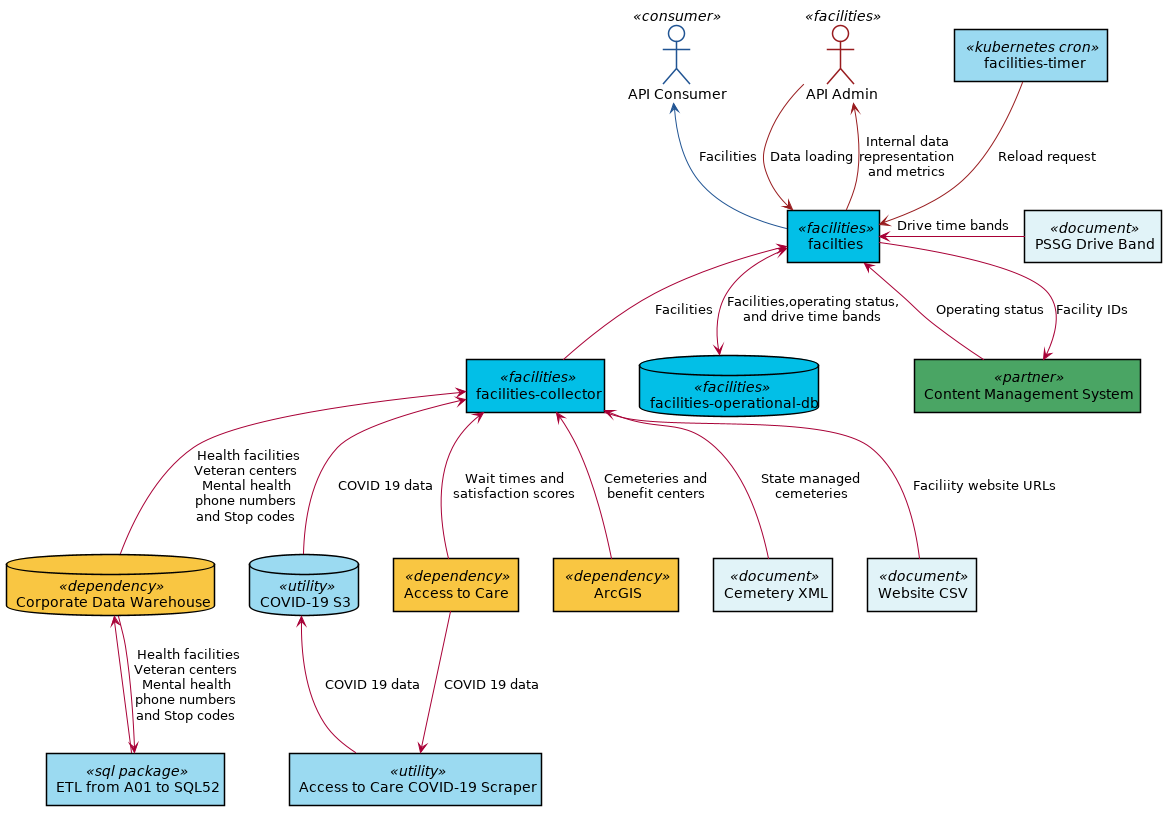
Above: src/plantuml/data-flow.png in swirtSJW/lighthouse-facilities (PlantUML), before the change.
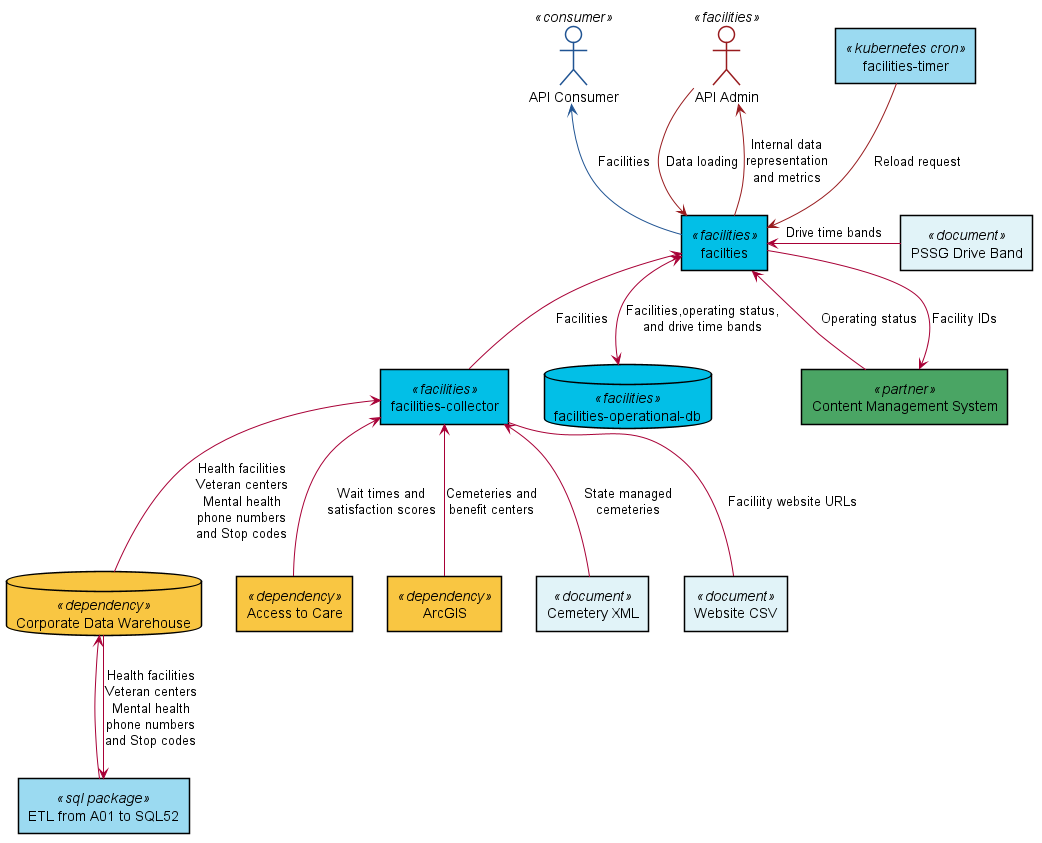
The same file after the commit.

What changed in the source:
```diff
@@ -1,45 +1,5 @@
 @startuml
-
-
-skinparam shadowing false
-
-
-skinparam {
- ArrowColor<<public>> #205493
- ArrowColor<<internal>> #981b1e
- RectangleBackgroundColor<<document>> #e1f3f8
- RectangleBackgroundColor<<facilities>> #02bfe7
- DatabaseBackgroundColor<<facilities>> #02bfe7
- RectangleBackgroundColor<<kubernetes cron>> #9bdaf1
- RectangleBackgroundColor<<utility>> #9bdaf1
- DatabaseBackgroundColor<<utility>> #9bdaf1
- RectangleBackgroundColor<<sql package>> #9bdaf1
- RectangleBackgroundColor<<dependency>> #f9c642
- RectangleBackgroundColor<<partner>> #4aa564
- DatabaseBackgroundColor<<dependency>> #f9c642
- ActorBackgroundColor #ffffff
- ActorBorderColor<<consumer>> #205493
- ActorBorderColor<<facilities>> #981b1e
-}
-
-actor "API Consumer" as CONSUMER <<consumer>>
-actor "API Admin" as ADMIN <<facilities>>
-rectangle facilties as F <<facilities>>
-rectangle "facilities-collector" as C <<facilities>>
-rectangle "facilities-timer" as TIMER <<kubernetes cron>>
-database "facilities-operational-db" as DB <<facilities>>
-database "Corporate Data Warehouse" as CDW <<dependency>>
-database "COVID-19 S3" as COVID19S3 <<utility>>
-
-rectangle "Access to Care" as ATC <<dependency>>
-rectangle "Content Management System" as CMS <<partner>>
-rectangle ArcGIS as ARCGIS <<dependency>>
-rectangle "Cemetery XML" as CXML <<document>>
-rectangle "Website CSV" as WCSV <<document>>
-rectangle "PSSG Drive Band" as BANDS <<document>>
-rectangle "ETL from A01 to SQL52" as ETL <<sql package>>
-rectangle "Access to Care COVID-19 Scraper" as SCRAPER <<utility>>
-
+!include component-definitions.iuml!0
 
 
 CONSUMER <-- F <<public>> : Facilities
@@ -54,12 +14,9 @@
 C -- WCSV : Faciliity website URLs
 C <-- ATC : Wait times and\nsatisfaction scores
 C <-- ARCGIS : Cemeteries and\nbenefit centers
-C <-- COVID19S3  : COVID 19 data
 
 ETL -up-> CDW
 ETL <-- CDW : Health facilities\nVeteran centers\nMental health\nphone numbers\nand Stop codes
-SCRAPER <-up- ATC  : COVID 19 data
-SCRAPER -up-> COVID19S3 : COVID 19 data
 
 
 CMS -up-> F : Operating status
```
